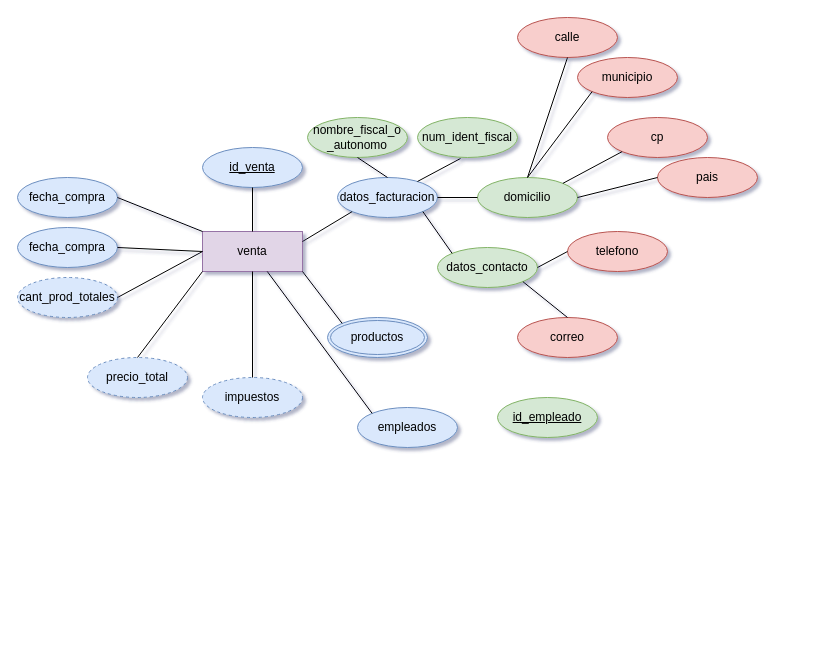
Before: chen sistema venta de libros.drawio in axelrodriguez51/sistema_venta_libros, a draw.io diagram. Source tidied: cells renumbered, new cells numbered last; positions are measured from the earlier drawing's top-left corner, leaving out a move shared by most shapes. Both pictures are drawn from the tidied source at 100%, with x=0, y=0 at pixel (17, 17).
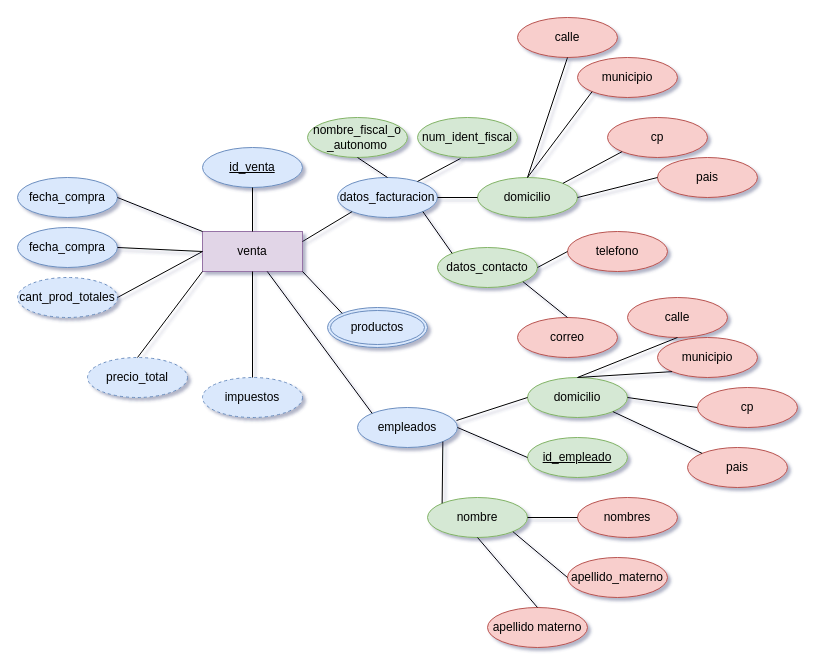
The same page after the edit.

Unchanged cells that the change refers to:
```xml
<mxCell id="39" value="empleados" style="ellipse;whiteSpace=wrap;html=1;align=center;fillColor=#dae8fc;strokeColor=#6c8ebf;" parent="1" vertex="1">
  <mxGeometry x="340" y="390" width="100" height="40" as="geometry" />
</mxCell>
```

Change to the diagram source:
```diff
@@
     <mxCell id="27" value="productos" style="ellipse;shape=doubleEllipse;margin=3;whiteSpace=wrap;html=1;align=center;fillColor=#dae8fc;strokeColor=#6c8ebf;" parent="1" vertex="1">
-      <mxGeometry x="310" y="300" width="100" height="40" as="geometry" />
+      <mxGeometry x="310" y="290" width="100" height="40" as="geometry" />
     </mxCell>
@@
     <mxCell id="41" value="id_empleado" style="ellipse;whiteSpace=wrap;html=1;align=center;fontStyle=4;fillColor=#d5e8d4;strokeColor=#82b366;" parent="1" vertex="1">
-      <mxGeometry x="480" y="380" width="100" height="40" as="geometry" />
+      <mxGeometry x="510" y="420" width="100" height="40" as="geometry" />
     </mxCell>
+    <mxCell id="42" value="nombre" style="ellipse;whiteSpace=wrap;html=1;align=center;fillColor=#d5e8d4;strokeColor=#82b366;" parent="1" vertex="1">
+      <mxGeometry x="410" y="480" width="100" height="40" as="geometry" />
+    </mxCell>
+    <mxCell id="43" value="nombres" style="ellipse;whiteSpace=wrap;html=1;align=center;fillColor=#f8cecc;strokeColor=#b85450;" parent="1" vertex="1">
+      <mxGeometry x="560" y="480" width="100" height="40" as="geometry" />
+    </mxCell>
+    <mxCell id="44" value="apellido_materno" style="ellipse;whiteSpace=wrap;html=1;align=center;fillColor=#f8cecc;strokeColor=#b85450;" parent="1" vertex="1">
+      <mxGeometry x="550" y="540" width="100" height="40" as="geometry" />
+    </mxCell>
+    <mxCell id="45" value="apellido materno" style="ellipse;whiteSpace=wrap;html=1;align=center;fillColor=#f8cecc;strokeColor=#b85450;" parent="1" vertex="1">
+      <mxGeometry x="470" y="590" width="100" height="40" as="geometry" />
+    </mxCell>
+    <mxCell id="46" style="endArrow=none;html=1;rounded=0;entryX=0;entryY=0.5;entryDx=0;entryDy=0;exitX=1;exitY=0.5;exitDx=0;exitDy=0;" parent="1" edge="1" source="42" target="43">
+      <mxGeometry relative="1" as="geometry" />
+    </mxCell>
+    <mxCell id="47" style="endArrow=none;html=1;rounded=0;entryX=0;entryY=0.5;entryDx=0;entryDy=0;exitX=1;exitY=1;exitDx=0;exitDy=0;" parent="1" edge="1" source="42" target="44">
+      <mxGeometry relative="1" as="geometry" />
+    </mxCell>
+    <mxCell id="48" style="endArrow=none;html=1;rounded=0;entryX=0.5;entryY=0;entryDx=0;entryDy=0;exitX=0.5;exitY=1;exitDx=0;exitDy=0;" parent="1" edge="1" source="42" target="45">
+      <mxGeometry relative="1" as="geometry" />
+    </mxCell>
+    <mxCell id="49" style="endArrow=none;html=1;rounded=0;entryX=0;entryY=0;entryDx=0;entryDy=0;exitX=1;exitY=1;exitDx=0;exitDy=0;" parent="1" edge="1" source="39" target="42">
+      <mxGeometry relative="1" as="geometry" />
+    </mxCell>
+    <mxCell id="50" style="endArrow=none;html=1;rounded=0;entryX=0;entryY=0.5;entryDx=0;entryDy=0;exitX=1;exitY=0.5;exitDx=0;exitDy=0;" parent="1" edge="1" source="39" target="41">
+      <mxGeometry relative="1" as="geometry" />
+    </mxCell>
+    <mxCell id="51" value="pais" style="ellipse;whiteSpace=wrap;html=1;align=center;fillColor=#f8cecc;strokeColor=#b85450;" parent="1" vertex="1">
+      <mxGeometry x="670" y="430" width="100" height="40" as="geometry" />
+    </mxCell>
+    <mxCell id="52" value="municipio" style="ellipse;whiteSpace=wrap;html=1;align=center;fillColor=#f8cecc;strokeColor=#b85450;" parent="1" vertex="1">
+      <mxGeometry x="640" y="320" width="100" height="40" as="geometry" />
+    </mxCell>
+    <mxCell id="53" value="calle" style="ellipse;whiteSpace=wrap;html=1;align=center;fillColor=#f8cecc;strokeColor=#b85450;" parent="1" vertex="1">
+      <mxGeometry x="610" y="280" width="100" height="40" as="geometry" />
+    </mxCell>
+    <mxCell id="54" value="domicilio" style="ellipse;whiteSpace=wrap;html=1;align=center;fillColor=#d5e8d4;strokeColor=#82b366;" parent="1" vertex="1">
+      <mxGeometry x="510" y="360" width="100" height="40" as="geometry" />
+    </mxCell>
+    <mxCell id="55" style="endArrow=none;html=1;rounded=0;exitX=0.5;exitY=1;exitDx=0;exitDy=0;entryX=0.5;entryY=0;entryDx=0;entryDy=0;" parent="1" edge="1" source="53" target="54">
+      <mxGeometry relative="1" as="geometry" />
+    </mxCell>
+    <mxCell id="56" style="endArrow=none;html=1;rounded=0;exitX=0;exitY=1;exitDx=0;exitDy=0;entryX=0.5;entryY=0;entryDx=0;entryDy=0;" parent="1" edge="1" source="52" target="54">
+      <mxGeometry relative="1" as="geometry" />
+    </mxCell>
+    <mxCell id="57" style="endArrow=none;html=1;rounded=0;exitX=0;exitY=0.5;exitDx=0;exitDy=0;entryX=1;entryY=0.5;entryDx=0;entryDy=0;" parent="1" edge="1" source="59" target="54">
+      <mxGeometry relative="1" as="geometry" />
+    </mxCell>
+    <mxCell id="58" style="endArrow=none;html=1;rounded=0;entryX=0;entryY=0.5;entryDx=0;entryDy=0;exitX=0.99;exitY=0.325;exitDx=0;exitDy=0;exitPerimeter=0;" parent="1" edge="1" source="39" target="54">
+      <mxGeometry relative="1" as="geometry" />
+    </mxCell>
+    <mxCell id="59" value="cp" style="ellipse;whiteSpace=wrap;html=1;align=center;fillColor=#f8cecc;strokeColor=#b85450;" parent="1" vertex="1">
+      <mxGeometry x="680" y="370" width="100" height="40" as="geometry" />
+    </mxCell>
+    <mxCell id="60" style="endArrow=none;html=1;rounded=0;entryX=0;entryY=0;entryDx=0;entryDy=0;exitX=1;exitY=1;exitDx=0;exitDy=0;" parent="1" edge="1" source="54" target="51">
+      <mxGeometry relative="1" as="geometry" />
+    </mxCell>
```
